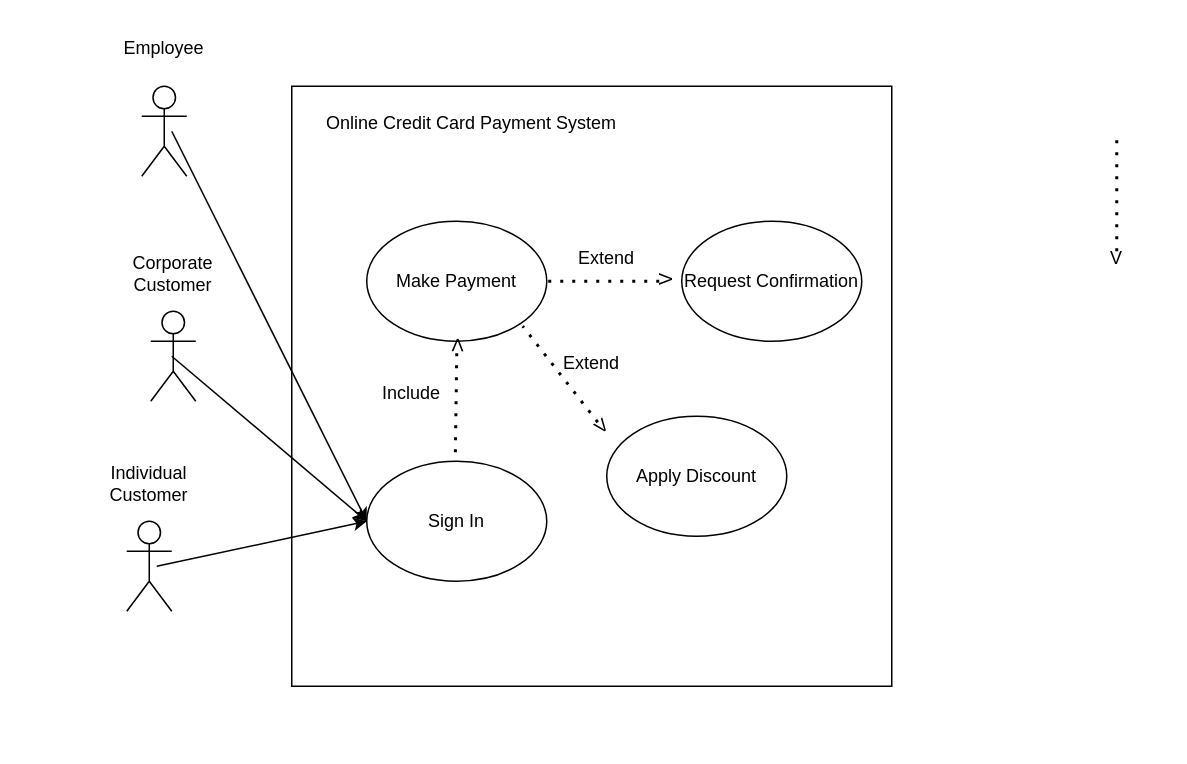
Earlier version of the draw.io diagram Copy of INF1001_Lab2_Q2.drawio (valr337/odinproject). Source tidied: cells renumbered, new cells numbered last; positions are measured from the earlier drawing's top-left corner, leaving out a move shared by most shapes. Both pictures are drawn from the tidied source at 150%, with x=0, y=0 at pixel (102, 26).
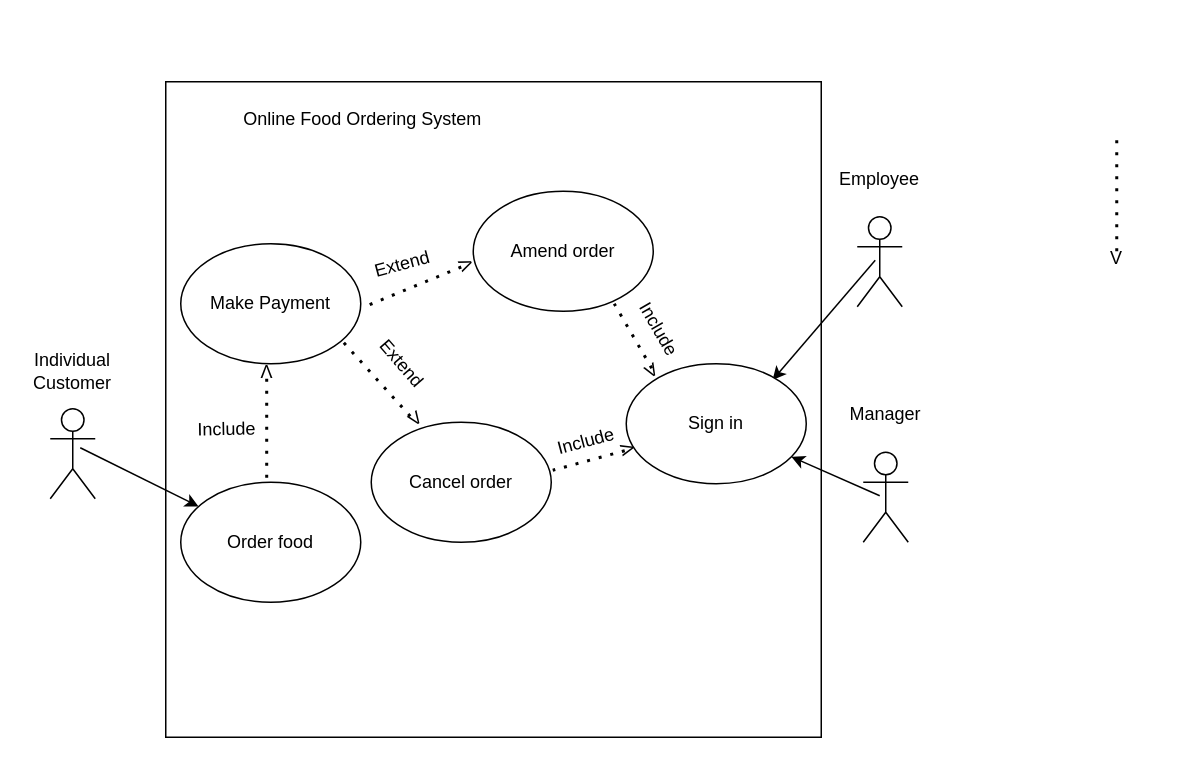
The same page after the edit.

Change to the diagram source:
```diff
@@
-    <mxCell id="2" style="group;" parent="1" vertex="1">
-      <mxGeometry x="126" y="40" width="400" height="400" as="geometry" />
-    </mxCell>
+    <mxCell id="39" style="group;" parent="1" vertex="1">
+      <mxGeometry x="42" y="37" width="439" height="437" as="geometry" />
+    </mxCell>
-    <mxCell id="3" style="whiteSpace=wrap;html=1;" parent="2" vertex="1">
-      <mxGeometry width="400" height="400" as="geometry" />
+    <mxCell id="3" style="whiteSpace=wrap;html=1;" parent="39" vertex="1">
+      <mxGeometry width="437" height="437" as="geometry" />
     </mxCell>
-    <mxCell id="4" value="Online Credit Card Payment System" style="text;html=1;align=center;verticalAlign=middle;whiteSpace=wrap;rounded=0;" parent="2" vertex="1">
-      <mxGeometry x="10" y="10" width="220" height="30" as="geometry" />
+    <mxCell id="4" value="Online Food Ordering System" style="text;html=1;align=center;verticalAlign=middle;whiteSpace=wrap;rounded=0;" parent="39" vertex="1">
+      <mxGeometry x="11" y="10.2" width="241.4" height="30.5" as="geometry" />
     </mxCell>
+    <mxCell id="18" value="Include" style="text;html=1;align=center;verticalAlign=middle;whiteSpace=wrap;rounded=0;rotation=60;" parent="39" vertex="1">
+      <mxGeometry x="310" y="155" width="37" height="20.7" as="geometry" />
+    </mxCell>
+    <mxCell id="40" style="endArrow=classic;html=1;rounded=0;entryX=0.813;entryY=0.135;entryDx=0;entryDy=0;entryPerimeter=0;" parent="39" edge="1" target="6">
+      <mxGeometry relative="1" as="geometry">
+        <mxPoint x="473" y="119" as="sourcePoint" />
+      </mxGeometry>
+    </mxCell>
+    <mxCell id="25" style="group;" parent="1" vertex="1">
+      <mxGeometry x="-51" y="215" width="61" height="100" as="geometry" />
+    </mxCell>
+    <mxCell id="26" style="group;" parent="25" vertex="1">
+      <mxGeometry y="15" width="60" height="85" as="geometry" />
+    </mxCell>
+    <mxCell id="27" value="Actor" style="shape=umlActor;verticalLabelPosition=bottom;verticalAlign=top;html=1;noLabel=1;labelPadding=0;" parent="26" vertex="1">
+      <mxGeometry x="16" y="25" width="30" height="60" as="geometry" />
+    </mxCell>
+    <mxCell id="29" value="Individual Customer" style="text;html=1;align=center;verticalAlign=middle;whiteSpace=wrap;rounded=0;" parent="25" vertex="1">
+      <mxGeometry x="1" width="60" height="30" as="geometry" />
+    </mxCell>
+    <mxCell id="41" style="endArrow=classic;html=1;rounded=0;" parent="25" edge="1" target="5">
+      <mxGeometry relative="1" as="geometry">
+        <mxPoint x="36" y="66" as="sourcePoint" />
+      </mxGeometry>
+    </mxCell>
+    <mxCell id="30" style="group;" parent="1" vertex="1">
+      <mxGeometry x="487" y="87" width="61" height="100" as="geometry" />
+    </mxCell>
+    <mxCell id="31" style="group;" parent="30" vertex="1">
+      <mxGeometry y="15" width="60" height="85" as="geometry" />
+    </mxCell>
+    <mxCell id="32" value="Actor" style="shape=umlActor;verticalLabelPosition=bottom;verticalAlign=top;html=1;noLabel=1;labelPadding=0;" parent="31" vertex="1">
+      <mxGeometry x="16" y="25" width="30" height="60" as="geometry" />
+    </mxCell>
+    <mxCell id="33" value="&lt;div&gt;Employee&lt;/div&gt;" style="text;html=1;align=center;verticalAlign=middle;whiteSpace=wrap;rounded=0;" parent="30" vertex="1">
+      <mxGeometry x="1" width="60" height="30" as="geometry" />
+    </mxCell>
+    <mxCell id="35" style="group;" parent="1" vertex="1">
+      <mxGeometry x="646" y="70" width="60" height="100" as="geometry" />
+    </mxCell>
+    <mxCell id="36" style="endArrow=none;dashed=1;html=1;dashPattern=1 3;strokeWidth=2;rounded=0;" parent="35" edge="1">
+      <mxGeometry relative="1" as="geometry">
+        <mxPoint x="30" y="80" as="sourcePoint" />
+        <mxPoint x="30" as="targetPoint" />
+      </mxGeometry>
+    </mxCell>
+    <mxCell id="37" value="V" style="text;html=1;align=center;verticalAlign=middle;whiteSpace=wrap;rounded=0;" parent="35" vertex="1">
+      <mxGeometry y="70" width="60" height="30" as="geometry" />
+    </mxCell>
+    <mxCell id="42" style="group;" parent="1" vertex="1">
+      <mxGeometry x="491" y="244" width="61" height="100" as="geometry" />
+    </mxCell>
+    <mxCell id="22" style="group;" parent="42" vertex="1">
+      <mxGeometry y="15" width="60" height="85" as="geometry" />
+    </mxCell>
+    <mxCell id="23" value="Actor" style="shape=umlActor;verticalLabelPosition=bottom;verticalAlign=top;html=1;noLabel=1;labelPadding=0;" parent="22" vertex="1">
+      <mxGeometry x="16" y="25" width="30" height="60" as="geometry" />
+    </mxCell>
+    <mxCell id="43" value="&lt;div&gt;Manager&lt;/div&gt;" style="text;html=1;align=center;verticalAlign=middle;whiteSpace=wrap;rounded=0;" parent="42" vertex="1">
+      <mxGeometry x="1" width="60" height="30" as="geometry" />
+    </mxCell>
-    <mxCell id="5" value="&lt;div&gt;Sign In&lt;/div&gt;" style="ellipse;whiteSpace=wrap;html=1;" parent="2" vertex="1">
-      <mxGeometry x="50" y="250" width="120" height="80" as="geometry" />
+    <mxCell id="5" value="Order food" style="ellipse;whiteSpace=wrap;html=1;" parent="1" vertex="1">
+      <mxGeometry x="52" y="304" width="120" height="80" as="geometry" />
     </mxCell>
-    <mxCell id="6" value="Apply Discount" style="ellipse;whiteSpace=wrap;html=1;" parent="2" vertex="1">
-      <mxGeometry x="210" y="220" width="120" height="80" as="geometry" />
+    <mxCell id="6" value="Sign in" style="ellipse;whiteSpace=wrap;html=1;" parent="1" vertex="1">
+      <mxGeometry x="349" y="225" width="120" height="80" as="geometry" />
     </mxCell>
-    <mxCell id="7" value="Make Payment" style="ellipse;whiteSpace=wrap;html=1;" parent="2" vertex="1">
-      <mxGeometry x="50" y="90" width="120" height="80" as="geometry" />
+    <mxCell id="7" value="Make Payment" style="ellipse;whiteSpace=wrap;html=1;" parent="1" vertex="1">
+      <mxGeometry x="52" y="145" width="120" height="80" as="geometry" />
     </mxCell>
-    <mxCell id="8" value="Request Confirmation" style="ellipse;whiteSpace=wrap;html=1;" parent="2" vertex="1">
-      <mxGeometry x="260" y="90" width="120" height="80" as="geometry" />
+    <mxCell id="8" value="Amend order" style="ellipse;whiteSpace=wrap;html=1;" parent="1" vertex="1">
+      <mxGeometry x="247" y="110" width="120" height="80" as="geometry" />
     </mxCell>
+    <mxCell id="44" value="Cancel order" style="ellipse;whiteSpace=wrap;html=1;" parent="1" vertex="1">
+      <mxGeometry x="179" y="264" width="120" height="80" as="geometry" />
+    </mxCell>
+    <mxCell id="45" style="group;rotation=-210;" parent="1" vertex="1">
+      <mxGeometry x="337" y="177" width="53.3" height="62" as="geometry" />
+    </mxCell>
-    <mxCell id="9" style="group;rotation=-179;" parent="2" vertex="1">
-      <mxGeometry x="80" y="160" width="60" height="90" as="geometry" />
+    <mxCell id="9" style="group;rotation=-390;" parent="45" vertex="1">
+      <mxGeometry x="1" y="4" width="37" height="62" as="geometry" />
     </mxCell>
     <mxCell id="10" style="endArrow=none;dashed=1;html=1;dashPattern=1 3;strokeWidth=2;rounded=0;" parent="9" edge="1">
       <mxGeometry relative="1" as="geometry">
-        <mxPoint x="30" y="18" as="sourcePoint" />
-        <mxPoint x="29" y="90" as="targetPoint" />
+        <mxPoint x="28" y="47" as="sourcePoint" />
+        <mxPoint x="3" y="4" as="targetPoint" />
       </mxGeometry>
     </mxCell>
-    <mxCell id="11" value="V" style="text;html=1;align=center;verticalAlign=middle;whiteSpace=wrap;rounded=0;rotation=-179;" parent="9" vertex="1">
-      <mxGeometry x="1" width="60" height="27" as="geometry" />
+    <mxCell id="11" value="V" style="text;html=1;align=center;verticalAlign=middle;whiteSpace=wrap;rounded=0;rotation=-390;" parent="9" vertex="1">
+      <mxGeometry x="10" y="40" width="37" height="18.6" as="geometry" />
     </mxCell>
+    <mxCell id="46" style="group;" parent="1" vertex="1">
+      <mxGeometry x="53" y="217" width="86.3" height="90" as="geometry" />
+    </mxCell>
+    <mxCell id="47" style="group;rotation=-180;" parent="46" vertex="1">
+      <mxGeometry x="26.3" width="60" height="90" as="geometry" />
+    </mxCell>
+    <mxCell id="48" style="endArrow=none;dashed=1;html=1;dashPattern=1 3;strokeWidth=2;rounded=0;" parent="47" edge="1">
+      <mxGeometry relative="1" as="geometry">
+        <mxPoint x="30" y="18" as="sourcePoint" />
+        <mxPoint x="30" y="90" as="targetPoint" />
+      </mxGeometry>
+    </mxCell>
+    <mxCell id="49" value="V" style="text;html=1;align=center;verticalAlign=middle;whiteSpace=wrap;rounded=0;rotation=-180;" parent="47" vertex="1">
+      <mxGeometry width="60" height="27" as="geometry" />
+    </mxCell>
+    <mxCell id="50" value="Include" style="text;html=1;align=center;verticalAlign=middle;whiteSpace=wrap;rounded=0;rotation=-1;" parent="46" vertex="1">
+      <mxGeometry x="0.3" y="37" width="60" height="30" as="geometry" />
+    </mxCell>
+    <mxCell id="51" style="group;rotation=75;" parent="1" vertex="1">
+      <mxGeometry x="302" y="249" width="53.3" height="62" as="geometry" />
+    </mxCell>
+    <mxCell id="52" style="group;rotation=-105;" parent="51" vertex="1">
+      <mxGeometry x="10" y="8" width="37" height="62" as="geometry" />
+    </mxCell>
+    <mxCell id="53" style="endArrow=none;dashed=1;html=1;dashPattern=1 3;strokeWidth=2;rounded=0;" parent="52" edge="1">
+      <mxGeometry relative="1" as="geometry">
+        <mxPoint x="36" y="26" as="sourcePoint" />
+        <mxPoint x="-12" y="39" as="targetPoint" />
+      </mxGeometry>
+    </mxCell>
+    <mxCell id="54" value="V" style="text;html=1;align=center;verticalAlign=middle;whiteSpace=wrap;rounded=0;rotation=-105;" parent="52" vertex="1">
+      <mxGeometry x="20" y="16" width="37" height="18.6" as="geometry" />
+    </mxCell>
+    <mxCell id="55" value="Include" style="text;html=1;align=center;verticalAlign=middle;whiteSpace=wrap;rounded=0;rotation=-15;" parent="52" vertex="1">
+      <mxGeometry x="-8" y="10" width="37" height="20.7" as="geometry" />
+    </mxCell>
+    <mxCell id="56" style="group;rotation=-35;" parent="1" vertex="1">
+      <mxGeometry x="149" y="204" width="75" height="76" as="geometry" />
+    </mxCell>
+    <mxCell id="57" style="endArrow=none;dashed=1;html=1;dashPattern=1 3;strokeWidth=2;rounded=0;" parent="56" edge="1">
+      <mxGeometry relative="1" as="geometry">
+        <mxPoint x="56" y="56" as="sourcePoint" />
+        <mxPoint x="9" y="4" as="targetPoint" />
+      </mxGeometry>
+    </mxCell>
+    <mxCell id="58" value="V" style="text;html=1;align=center;verticalAlign=middle;whiteSpace=wrap;rounded=0;rotation=-35;" parent="56" vertex="1">
+      <mxGeometry x="30" y="47" width="60" height="22.8" as="geometry" />
+    </mxCell>
+    <mxCell id="59" style="group;rotation=-75;" parent="1" vertex="1">
+      <mxGeometry x="165.6" y="138.3" width="90.8" height="101.3" as="geometry" />
+    </mxCell>
-    <mxCell id="12" style="group;rotation=-38;" parent="2" vertex="1">
-      <mxGeometry x="155" y="150" width="60" height="100" as="geometry" />
+    <mxCell id="12" style="group;rotation=-113;" parent="59" vertex="1">
+      <mxGeometry x="25" y="-7.9" width="50.1" height="79.3" as="geometry" />
     </mxCell>
     <mxCell id="13" style="endArrow=none;dashed=1;html=1;dashPattern=1 3;strokeWidth=2;rounded=0;" parent="12" edge="1">
       <mxGeometry relative="1" as="geometry">
-        <mxPoint x="49" y="74" as="sourcePoint" />
-        <mxPoint x="-1" y="10" as="targetPoint" />
+        <mxPoint x="48.4" y="30.1" as="sourcePoint" />
+        <mxPoint x="-13.4" y="55.5" as="targetPoint" />
       </mxGeometry>
     </mxCell>
-    <mxCell id="14" value="V" style="text;html=1;align=center;verticalAlign=middle;whiteSpace=wrap;rounded=0;rotation=-38;" parent="12" vertex="1">
-      <mxGeometry x="22" y="62" width="60" height="30" as="geometry" />
+    <mxCell id="14" value="V" style="text;html=1;align=center;verticalAlign=middle;whiteSpace=wrap;rounded=0;rotation=-113;" parent="12" vertex="1">
+      <mxGeometry x="26.7" y="16.6" width="50.1" height="23.8" as="geometry" />
     </mxCell>
-    <mxCell id="15" style="group;rotation=-90;" parent="2" vertex="1">
-      <mxGeometry x="185" y="80" width="60" height="100" as="geometry" />
-    </mxCell>
-    <mxCell id="16" style="endArrow=none;dashed=1;html=1;dashPattern=1 3;strokeWidth=2;rounded=0;" parent="15" edge="1">
-      <mxGeometry relative="1" as="geometry">
-        <mxPoint x="60" y="50" as="sourcePoint" />
-        <mxPoint x="-20" y="50" as="targetPoint" />
-      </mxGeometry>
-    </mxCell>
-    <mxCell id="17" value="V" style="text;html=1;align=center;verticalAlign=middle;whiteSpace=wrap;rounded=0;rotation=-90;" parent="15" vertex="1">
-      <mxGeometry x="35" y="34" width="60" height="30" as="geometry" />
-    </mxCell>
-    <mxCell id="18" value="Include" style="text;html=1;align=center;verticalAlign=middle;whiteSpace=wrap;rounded=0;" parent="2" vertex="1">
-      <mxGeometry x="50" y="190" width="60" height="30" as="geometry" />
-    </mxCell>
-    <mxCell id="19" value="Extend" style="text;html=1;align=center;verticalAlign=middle;whiteSpace=wrap;rounded=0;" parent="2" vertex="1">
-      <mxGeometry x="170" y="170" width="60" height="30" as="geometry" />
+    <mxCell id="19" value="Extend" style="text;html=1;align=center;verticalAlign=middle;whiteSpace=wrap;rounded=0;rotation=-15;" parent="12" vertex="1">
+      <mxGeometry x="-16" y="16.6" width="50.1" height="23.8" as="geometry" />
     </mxCell>
-    <mxCell id="20" value="Extend" style="text;html=1;align=center;verticalAlign=middle;whiteSpace=wrap;rounded=0;" parent="2" vertex="1">
-      <mxGeometry x="180" y="100" width="60" height="30" as="geometry" />
+    <mxCell id="20" value="Extend" style="text;html=1;align=center;verticalAlign=middle;whiteSpace=wrap;rounded=0;rotation=49;" parent="59" vertex="1">
+      <mxGeometry x="4" y="71.3" width="60" height="30" as="geometry" />
     </mxCell>
-    <mxCell id="21" style="group;" parent="1" vertex="1">
-      <mxGeometry x="16" y="150" width="61" height="100" as="geometry" />
-    </mxCell>
-    <mxCell id="22" style="group;" parent="21" vertex="1">
-      <mxGeometry y="15" width="60" height="85" as="geometry" />
-    </mxCell>
-    <mxCell id="23" value="Actor" style="shape=umlActor;verticalLabelPosition=bottom;verticalAlign=top;html=1;noLabel=1;labelPadding=0;" parent="22" vertex="1">
-      <mxGeometry x="16" y="25" width="30" height="60" as="geometry" />
-    </mxCell>
-    <mxCell id="24" value="Corporate Customer" style="text;html=1;align=center;verticalAlign=middle;whiteSpace=wrap;rounded=0;" parent="21" vertex="1">
-      <mxGeometry x="1" width="60" height="30" as="geometry" />
-    </mxCell>
-    <mxCell id="25" style="group;" parent="1" vertex="1">
-      <mxGeometry y="290" width="61" height="100" as="geometry" />
-    </mxCell>
-    <mxCell id="26" style="group;" parent="25" vertex="1">
-      <mxGeometry y="15" width="60" height="85" as="geometry" />
-    </mxCell>
-    <mxCell id="27" value="Actor" style="shape=umlActor;verticalLabelPosition=bottom;verticalAlign=top;html=1;noLabel=1;labelPadding=0;" parent="26" vertex="1">
-      <mxGeometry x="16" y="25" width="30" height="60" as="geometry" />
-    </mxCell>
-    <mxCell id="28" style="endArrow=classic;html=1;rounded=0;entryX=0;entryY=0.5;entryDx=0;entryDy=0;" parent="26" edge="1" target="5">
-      <mxGeometry relative="1" as="geometry">
-        <mxPoint x="36" y="55" as="sourcePoint" />
-      </mxGeometry>
-    </mxCell>
-    <mxCell id="29" value="Individual Customer" style="text;html=1;align=center;verticalAlign=middle;whiteSpace=wrap;rounded=0;" parent="25" vertex="1">
-      <mxGeometry x="1" width="60" height="30" as="geometry" />
-    </mxCell>
-    <mxCell id="30" style="group;" parent="1" vertex="1">
-      <mxGeometry x="10" width="61" height="100" as="geometry" />
-    </mxCell>
-    <mxCell id="31" style="group;" parent="30" vertex="1">
-      <mxGeometry y="15" width="60" height="85" as="geometry" />
-    </mxCell>
-    <mxCell id="32" value="Actor" style="shape=umlActor;verticalLabelPosition=bottom;verticalAlign=top;html=1;noLabel=1;labelPadding=0;" parent="31" vertex="1">
-      <mxGeometry x="16" y="25" width="30" height="60" as="geometry" />
-    </mxCell>
-    <mxCell id="33" value="&lt;div&gt;Employee&lt;/div&gt;" style="text;html=1;align=center;verticalAlign=middle;whiteSpace=wrap;rounded=0;" parent="30" vertex="1">
-      <mxGeometry x="1" width="60" height="30" as="geometry" />
-    </mxCell>
-    <mxCell id="34" style="endArrow=classic;html=1;rounded=0;entryX=0;entryY=0.5;entryDx=0;entryDy=0;" parent="1" edge="1" target="5">
-      <mxGeometry relative="1" as="geometry">
-        <mxPoint x="46" y="70" as="sourcePoint" />
-      </mxGeometry>
-    </mxCell>
-    <mxCell id="35" style="group;" parent="1" vertex="1">
-      <mxGeometry x="646" y="70" width="60" height="100" as="geometry" />
-    </mxCell>
-    <mxCell id="36" style="endArrow=none;dashed=1;html=1;dashPattern=1 3;strokeWidth=2;rounded=0;" parent="35" edge="1">
-      <mxGeometry relative="1" as="geometry">
-        <mxPoint x="30" y="80" as="sourcePoint" />
-        <mxPoint x="30" as="targetPoint" />
-      </mxGeometry>
-    </mxCell>
-    <mxCell id="37" value="V" style="text;html=1;align=center;verticalAlign=middle;whiteSpace=wrap;rounded=0;" parent="35" vertex="1">
-      <mxGeometry y="70" width="60" height="30" as="geometry" />
-    </mxCell>
-    <mxCell id="38" style="endArrow=classic;html=1;rounded=0;entryX=0;entryY=0.5;entryDx=0;entryDy=0;" parent="1" edge="1" target="5">
-      <mxGeometry relative="1" as="geometry">
-        <mxPoint x="46" y="220" as="sourcePoint" />
-      </mxGeometry>
-    </mxCell>
+    <mxCell id="60" style="endArrow=classic;html=1;rounded=0;" parent="1" edge="1" target="6">
+      <mxGeometry relative="1" as="geometry">
+        <mxPoint x="518" y="313" as="sourcePoint" />
+      </mxGeometry>
+    </mxCell>
```
